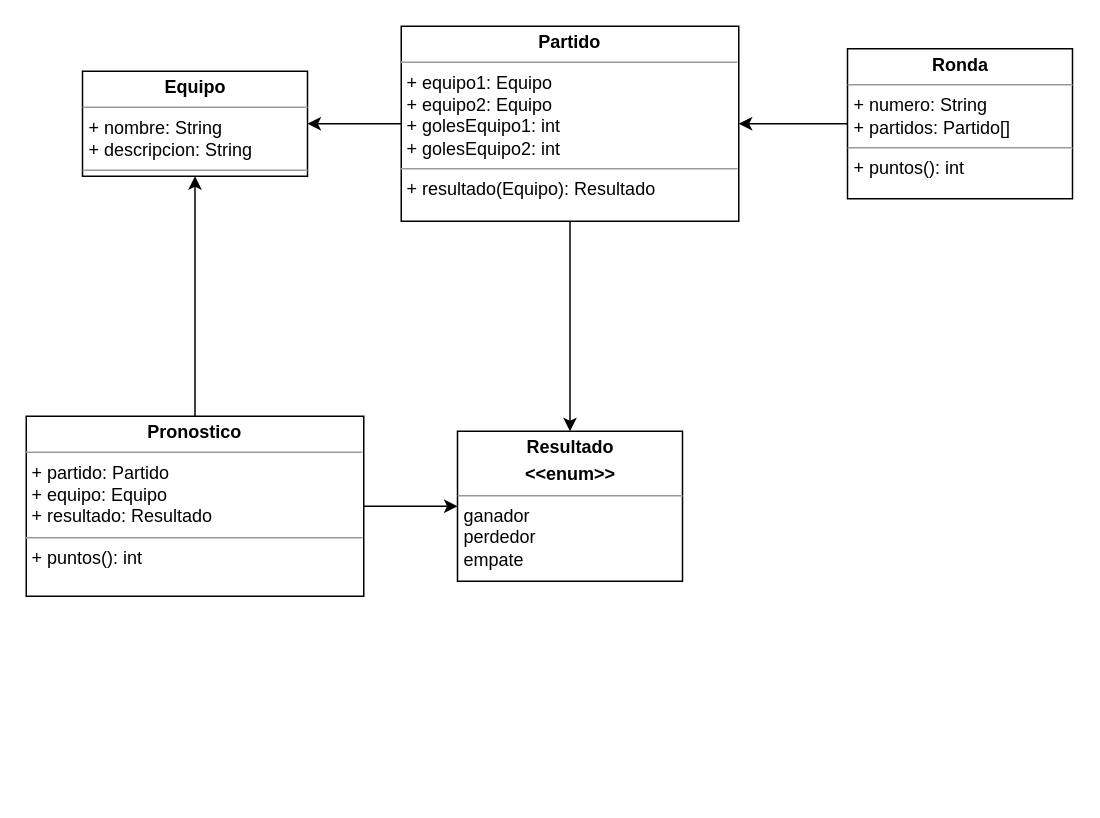
Above: src/especificaciones/Diagrama propuesto.drawio in DogtorColmillo/Trabajo-Integrador (draw.io), before the change. Source tidied: cells renumbered, new cells numbered last; positions are measured from the earlier drawing's top-left corner, leaving out a move shared by most shapes. Both pictures are drawn from the tidied source at 150%, with x=0, y=0 at pixel (26, 26).
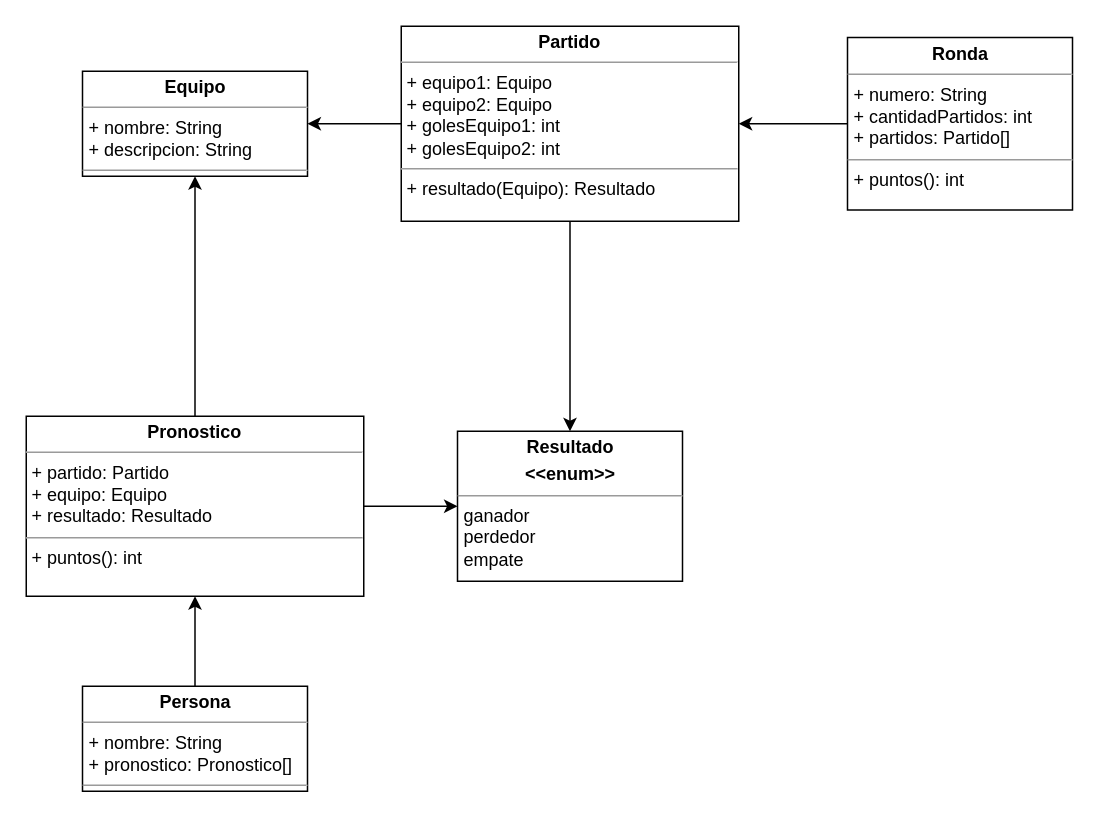
Above is the later version.

Change to the diagram source:
```diff
@@
 <mxGraphModel>
   <root>
     <mxCell id="0" />
     <mxCell id="1" parent="0" />
     <mxCell id="2" value="&lt;p style=&quot;margin:0px;margin-top:4px;text-align:center;&quot;&gt;&lt;b&gt;Equipo&lt;/b&gt;&lt;/p&gt;&lt;hr size=&quot;1&quot;&gt;&lt;p style=&quot;margin:0px;margin-left:4px;&quot;&gt;+ nombre: String&lt;/p&gt;&lt;p style=&quot;margin:0px;margin-left:4px;&quot;&gt;+ descripcion: String&lt;/p&gt;&lt;hr size=&quot;1&quot;&gt;&lt;p style=&quot;margin:0px;margin-left:4px;&quot;&gt;&lt;br&gt;&lt;/p&gt;" style="verticalAlign=top;align=left;overflow=fill;fontSize=12;fontFamily=Helvetica;html=1;" parent="1" vertex="1">
       <mxGeometry x="37.5" y="30" width="150" height="70" as="geometry" />
     </mxCell>
     <mxCell id="3" style="edgeStyle=none;html=1;exitX=0;exitY=0.5;exitDx=0;exitDy=0;entryX=1;entryY=0.5;entryDx=0;entryDy=0;" parent="1" edge="1" source="5" target="2">
       <mxGeometry relative="1" as="geometry" />
     </mxCell>
     <mxCell id="4" style="edgeStyle=none;html=1;exitX=0.5;exitY=1;exitDx=0;exitDy=0;entryX=0.5;entryY=0;entryDx=0;entryDy=0;" parent="1" edge="1" source="5" target="8">
       <mxGeometry relative="1" as="geometry" />
     </mxCell>
     <mxCell id="5" value="&lt;p style=&quot;margin:0px;margin-top:4px;text-align:center;&quot;&gt;&lt;b&gt;Partido&lt;/b&gt;&lt;/p&gt;&lt;hr size=&quot;1&quot;&gt;&lt;p style=&quot;margin:0px;margin-left:4px;&quot;&gt;+ equipo1: Equipo&lt;/p&gt;&lt;p style=&quot;margin:0px;margin-left:4px;&quot;&gt;+ equipo2: Equipo&lt;br&gt;&lt;/p&gt;&lt;p style=&quot;margin:0px;margin-left:4px;&quot;&gt;+ golesEquipo1: int&lt;/p&gt;&lt;p style=&quot;margin:0px;margin-left:4px;&quot;&gt;+ golesEquipo2: int&lt;br&gt;&lt;/p&gt;&lt;hr size=&quot;1&quot;&gt;&lt;p style=&quot;margin:0px;margin-left:4px;&quot;&gt;+ resultado(Equipo): Resultado&lt;/p&gt;" style="verticalAlign=top;align=left;overflow=fill;fontSize=12;fontFamily=Helvetica;html=1;" parent="1" vertex="1">
       <mxGeometry x="250" width="225" height="130" as="geometry" />
     </mxCell>
     <mxCell id="6" style="edgeStyle=none;html=1;exitX=0;exitY=0.5;exitDx=0;exitDy=0;entryX=1;entryY=0.5;entryDx=0;entryDy=0;" parent="1" edge="1" source="7" target="5">
       <mxGeometry relative="1" as="geometry" />
     </mxCell>
-    <mxCell id="7" value="&lt;p style=&quot;margin:0px;margin-top:4px;text-align:center;&quot;&gt;&lt;b&gt;Ronda&lt;/b&gt;&lt;/p&gt;&lt;hr size=&quot;1&quot;&gt;&lt;p style=&quot;margin:0px;margin-left:4px;&quot;&gt;+ numero: String&lt;/p&gt;&lt;p style=&quot;margin:0px;margin-left:4px;&quot;&gt;+ partidos: Partido[]&lt;/p&gt;&lt;hr size=&quot;1&quot;&gt;&lt;p style=&quot;margin:0px;margin-left:4px;&quot;&gt;+ puntos(): int&lt;/p&gt;" style="verticalAlign=top;align=left;overflow=fill;fontSize=12;fontFamily=Helvetica;html=1;" parent="1" vertex="1">
-      <mxGeometry x="547.5" y="15" width="150" height="100" as="geometry" />
+    <mxCell id="7" value="&lt;p style=&quot;margin:0px;margin-top:4px;text-align:center;&quot;&gt;&lt;b&gt;Ronda&lt;/b&gt;&lt;/p&gt;&lt;hr size=&quot;1&quot;&gt;&lt;p style=&quot;margin:0px;margin-left:4px;&quot;&gt;+ numero: String&lt;/p&gt;&lt;p style=&quot;margin:0px;margin-left:4px;&quot;&gt;+ cantidadPartidos: int&lt;/p&gt;&lt;p style=&quot;margin:0px;margin-left:4px;&quot;&gt;+ partidos: Partido[]&lt;/p&gt;&lt;hr size=&quot;1&quot;&gt;&lt;p style=&quot;margin:0px;margin-left:4px;&quot;&gt;+ puntos(): int&lt;/p&gt;" style="verticalAlign=top;align=left;overflow=fill;fontSize=12;fontFamily=Helvetica;html=1;" parent="1" vertex="1">
+      <mxGeometry x="547.5" y="7.5" width="150" height="115" as="geometry" />
     </mxCell>
     <mxCell id="8" value="&lt;p style=&quot;margin:0px;margin-top:4px;text-align:center;&quot;&gt;&lt;b&gt;Resultado&lt;/b&gt;&lt;/p&gt;&lt;p style=&quot;margin:0px;margin-top:4px;text-align:center;&quot;&gt;&lt;b&gt;&amp;lt;&amp;lt;enum&amp;gt;&amp;gt;&lt;/b&gt;&lt;/p&gt;&lt;hr size=&quot;1&quot;&gt;&lt;p style=&quot;margin:0px;margin-left:4px;&quot;&gt;ganador&lt;/p&gt;&lt;p style=&quot;margin:0px;margin-left:4px;&quot;&gt;perdedor&lt;/p&gt;&lt;p style=&quot;margin:0px;margin-left:4px;&quot;&gt;empate&lt;/p&gt;&lt;p style=&quot;margin:0px;margin-left:4px;&quot;&gt;&lt;br&gt;&lt;/p&gt;" style="verticalAlign=top;align=left;overflow=fill;fontSize=12;fontFamily=Helvetica;html=1;" parent="1" vertex="1">
       <mxGeometry x="287.5" y="270" width="150" height="100" as="geometry" />
     </mxCell>
     <mxCell id="9" style="edgeStyle=none;html=1;exitX=1;exitY=0.5;exitDx=0;exitDy=0;entryX=0;entryY=0.5;entryDx=0;entryDy=0;" parent="1" edge="1" source="11" target="8">
       <mxGeometry relative="1" as="geometry" />
     </mxCell>
     <mxCell id="10" style="edgeStyle=none;html=1;exitX=0.5;exitY=0;exitDx=0;exitDy=0;entryX=0.5;entryY=1;entryDx=0;entryDy=0;" parent="1" edge="1" source="11" target="2">
       <mxGeometry relative="1" as="geometry" />
     </mxCell>
     <mxCell id="11" value="&lt;p style=&quot;margin:0px;margin-top:4px;text-align:center;&quot;&gt;&lt;b&gt;Pronostico&lt;/b&gt;&lt;/p&gt;&lt;hr size=&quot;1&quot;&gt;&lt;p style=&quot;margin:0px;margin-left:4px;&quot;&gt;+ partido: Partido&lt;/p&gt;&lt;p style=&quot;margin:0px;margin-left:4px;&quot;&gt;+ equipo: Equipo&lt;/p&gt;&lt;p style=&quot;margin:0px;margin-left:4px;&quot;&gt;+ resultado: Resultado&lt;/p&gt;&lt;hr size=&quot;1&quot;&gt;&lt;p style=&quot;margin:0px;margin-left:4px;&quot;&gt;+ puntos(): int&lt;/p&gt;" style="verticalAlign=top;align=left;overflow=fill;fontSize=12;fontFamily=Helvetica;html=1;" parent="1" vertex="1">
       <mxGeometry y="260" width="225" height="120" as="geometry" />
     </mxCell>
+    <mxCell id="12" style="edgeStyle=none;html=1;exitX=0.5;exitY=0;exitDx=0;exitDy=0;entryX=0.5;entryY=1;entryDx=0;entryDy=0;" parent="1" edge="1" source="13" target="11">
+      <mxGeometry relative="1" as="geometry" />
+    </mxCell>
+    <mxCell id="13" value="&lt;p style=&quot;margin:0px;margin-top:4px;text-align:center;&quot;&gt;&lt;b&gt;Persona&lt;/b&gt;&lt;/p&gt;&lt;hr size=&quot;1&quot;&gt;&lt;p style=&quot;margin:0px;margin-left:4px;&quot;&gt;+ nombre: String&lt;/p&gt;&lt;p style=&quot;margin:0px;margin-left:4px;&quot;&gt;+ pronostico: Pronostico[]&lt;/p&gt;&lt;hr size=&quot;1&quot;&gt;&lt;p style=&quot;margin:0px;margin-left:4px;&quot;&gt;&lt;br&gt;&lt;/p&gt;" style="verticalAlign=top;align=left;overflow=fill;fontSize=12;fontFamily=Helvetica;html=1;" parent="1" vertex="1">
+      <mxGeometry x="37.5" y="440" width="150" height="70" as="geometry" />
+    </mxCell>
   </root>
 </mxGraphModel>
```
